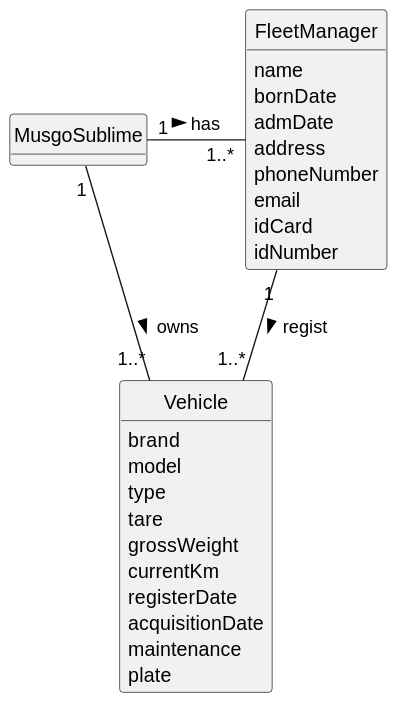
Before: docs/sprint2/us006/02.analysis/svg/us006-domain-model.svg, a diagram exported from PlantUML (1231360-ISEP/lei-24-s2-1db-g021).
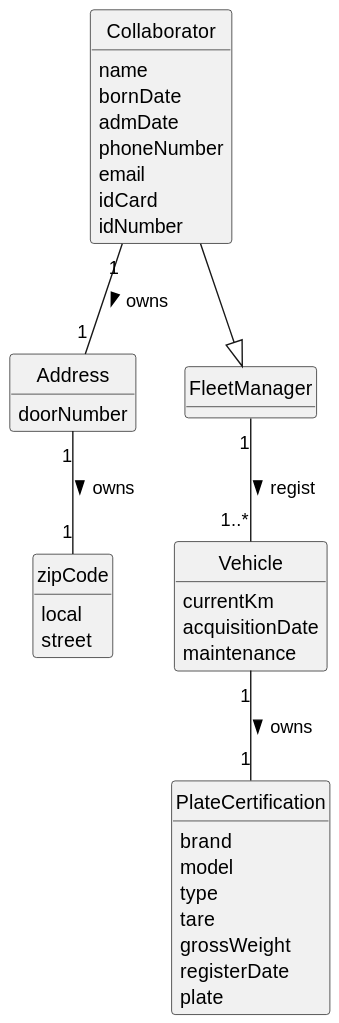
After the commit.

Commit message:
US6 - Update Domain Model and SVG

What changed in the source:
```diff
@@ -8,34 +8,47 @@
 hide circle
 hide methods
 
-class MusgoSublime {
-}
-
-class FleetManager {
+class Collaborator {
     name
     bornDate
     admDate
-    address
     phoneNumber
     email
     idCard
     idNumber
 }
 
+class Address {
+    doorNumber
+}
+
+class zipCode {
+    local
+    street
+}
+
+class FleetManager {}
+
 class Vehicle {
+    currentKm
+    acquisitionDate
+    maintenance
+}
+
+class PlateCertification{
     brand
     model
     type
     tare
     grossWeight
-    currentKm
     registerDate
-    acquisitionDate
-    maintenance
     plate
 }
 
-MusgoSublime "1" - "1..*" FleetManager: has >
+
+Collaborator --|> FleetManager
 FleetManager "1" -- "1..*" Vehicle : regist >
-MusgoSublime "1" - "1..*" Vehicle: owns >
+Vehicle "1" -- "1" PlateCertification : owns >
+Collaborator "1" -- "1" Address: owns >
+Address "1" -- "1" zipCode : owns >
 @enduml
```
